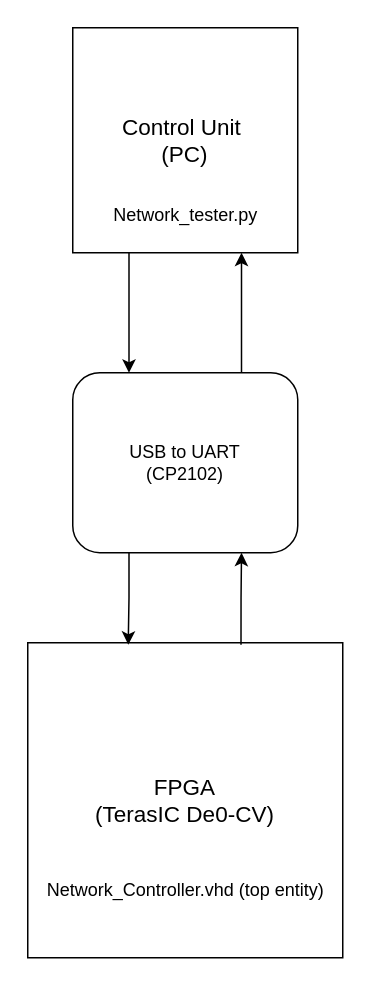
Earlier version of the draw.io diagram page "Neural_network_Testing_scheme" (2 of 2) of doc/Schematics.drawio (KrzysztofPr/Neural_network). Source tidied: cells renumbered, new cells numbered last; positions are measured from the earlier drawing's top-left corner, leaving out a move shared by most shapes. Both pictures are drawn from the tidied source at 150%, with x=0, y=0 at pixel (27, 27).
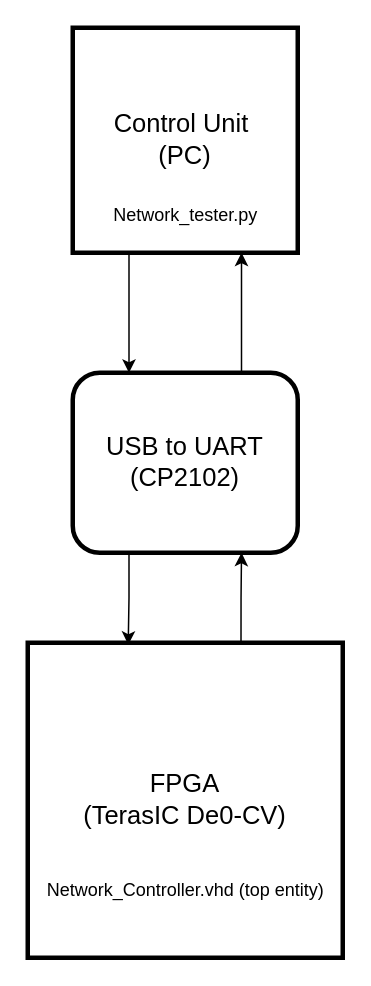
The same page after the edit.

What changed in the source:
```diff
@@
 <mxGraphModel>
   <root>
     <mxCell id="0" />
     <mxCell id="1" parent="0" />
     <mxCell id="2" style="edgeStyle=orthogonalEdgeStyle;rounded=0;jettySize=auto;html=1;exitX=0.25;exitY=1;exitDx=0;exitDy=0;fontFamily=Helvetica;fontSize=12;fontColor=default;entryX=0;entryY=0.75;entryDx=0;entryDy=0;" parent="1" edge="1" source="3" target="6">
       <mxGeometry relative="1" as="geometry" />
     </mxCell>
-    <mxCell id="3" value="&lt;font style=&quot;font-size: 15px;&quot;&gt;Control Unit&amp;nbsp;&lt;br&gt;(PC)&lt;/font&gt;" style="whiteSpace=wrap;html=1;labelBackgroundColor=default;align=center;verticalAlign=middle;fontFamily=Helvetica;fontSize=12;fontColor=default;fillColor=none;gradientColor=none;" parent="1" vertex="1">
+    <mxCell id="3" value="&lt;font style=&quot;font-size: 17px;&quot;&gt;Control Unit&amp;nbsp;&lt;br&gt;(PC)&lt;/font&gt;" style="whiteSpace=wrap;html=1;labelBackgroundColor=default;align=center;verticalAlign=middle;fontFamily=Helvetica;fontSize=12;fontColor=default;fillColor=none;gradientColor=none;strokeWidth=3;" parent="1" vertex="1">
       <mxGeometry x="30" width="150" height="150" as="geometry" />
     </mxCell>
     <mxCell id="4" style="edgeStyle=orthogonalEdgeStyle;rounded=0;jettySize=auto;html=1;exitX=1;exitY=0.75;exitDx=0;exitDy=0;entryX=0.319;entryY=0.006;entryDx=0;entryDy=0;fontFamily=Helvetica;fontSize=12;fontColor=default;entryPerimeter=0;" parent="1" edge="1" source="6" target="8">
       <mxGeometry relative="1" as="geometry" />
     </mxCell>
     <mxCell id="5" style="edgeStyle=orthogonalEdgeStyle;rounded=0;jettySize=auto;html=1;exitX=0;exitY=0.25;exitDx=0;exitDy=0;entryX=0.75;entryY=1;entryDx=0;entryDy=0;fontFamily=Helvetica;fontSize=12;fontColor=default;" parent="1" edge="1" source="6" target="3">
       <mxGeometry relative="1" as="geometry" />
     </mxCell>
-    <mxCell id="6" value="USB to UART&lt;br&gt;(CP2102)" style="rounded=1;whiteSpace=wrap;html=1;labelBackgroundColor=default;align=center;verticalAlign=middle;fontFamily=Helvetica;fontSize=12;fontColor=default;fillColor=none;gradientColor=none;direction=south;" parent="1" vertex="1">
+    <mxCell id="6" value="&lt;font style=&quot;font-size: 17px;&quot;&gt;USB to UART&lt;br&gt;(CP2102)&lt;/font&gt;" style="rounded=1;whiteSpace=wrap;html=1;labelBackgroundColor=default;align=center;verticalAlign=middle;fontFamily=Helvetica;fontSize=12;fontColor=default;fillColor=none;gradientColor=none;direction=south;strokeWidth=3;" parent="1" vertex="1">
       <mxGeometry x="30" y="230" width="150" height="120" as="geometry" />
     </mxCell>
     <mxCell id="7" style="edgeStyle=orthogonalEdgeStyle;rounded=0;jettySize=auto;html=1;exitX=0.677;exitY=0.006;exitDx=0;exitDy=0;entryX=1;entryY=0.25;entryDx=0;entryDy=0;fontFamily=Helvetica;fontSize=12;fontColor=default;exitPerimeter=0;" parent="1" edge="1" source="8" target="6">
       <mxGeometry relative="1" as="geometry" />
     </mxCell>
-    <mxCell id="8" value="&lt;font style=&quot;font-size: 15px;&quot;&gt;FPGA&lt;br&gt;(TerasIC De0-CV)&lt;/font&gt;" style="whiteSpace=wrap;html=1;labelBackgroundColor=default;align=center;verticalAlign=middle;fontFamily=Helvetica;fontSize=12;fontColor=default;fillColor=none;gradientColor=none;" parent="1" vertex="1">
+    <mxCell id="8" value="&lt;font style=&quot;font-size: 17px;&quot;&gt;FPGA&lt;br&gt;(TerasIC De0-CV)&lt;/font&gt;" style="whiteSpace=wrap;html=1;labelBackgroundColor=default;align=center;verticalAlign=middle;fontFamily=Helvetica;fontSize=12;fontColor=default;fillColor=none;gradientColor=none;strokeWidth=3;" parent="1" vertex="1">
       <mxGeometry y="410" width="210" height="210" as="geometry" />
     </mxCell>
     <mxCell id="9" value="Network_Controller.vhd (top entity)" style="text;html=1;align=center;verticalAlign=middle;strokeColor=none;fillColor=none;fontSize=12;fontFamily=Helvetica;fontColor=default;" parent="1" vertex="1">
       <mxGeometry y="560" width="210" height="30" as="geometry" />
     </mxCell>
     <mxCell id="10" value="Network_tester.py" style="text;html=1;align=center;verticalAlign=middle;strokeColor=none;fillColor=none;fontSize=12;fontFamily=Helvetica;fontColor=default;" parent="1" vertex="1">
       <mxGeometry x="45" y="110" width="120" height="30" as="geometry" />
     </mxCell>
   </root>
 </mxGraphModel>
```
